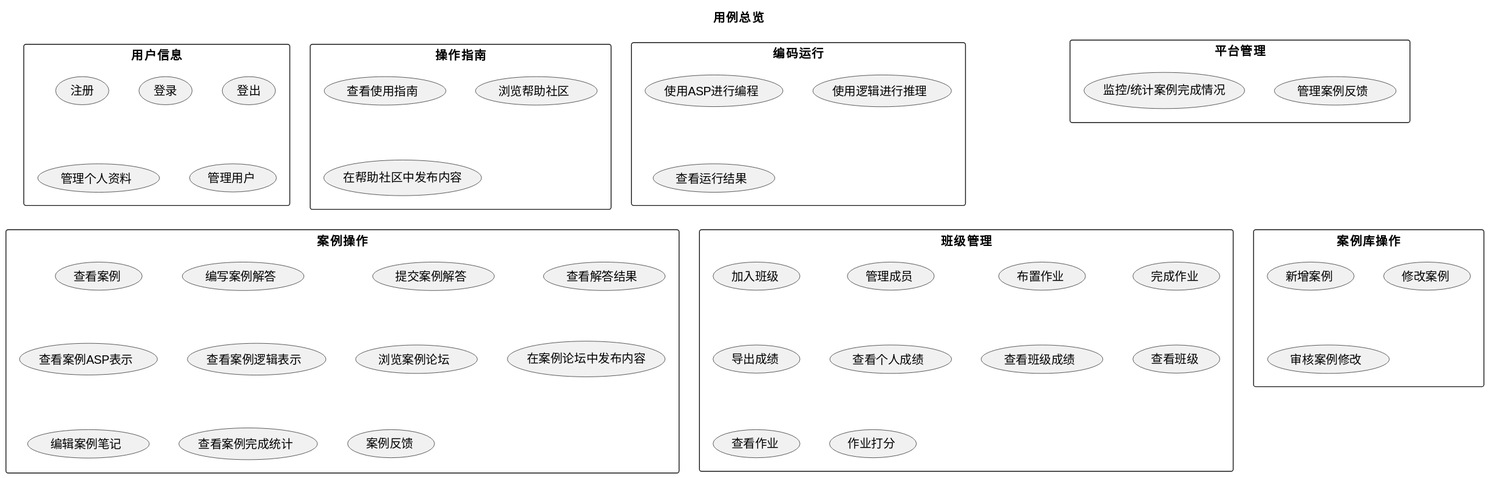
Earlier version of the PlantUML export platform-design/design-docs/out/my-usecase-design-v1/用例概览.svg (reaLJR/Logical-thinking-and-programming).
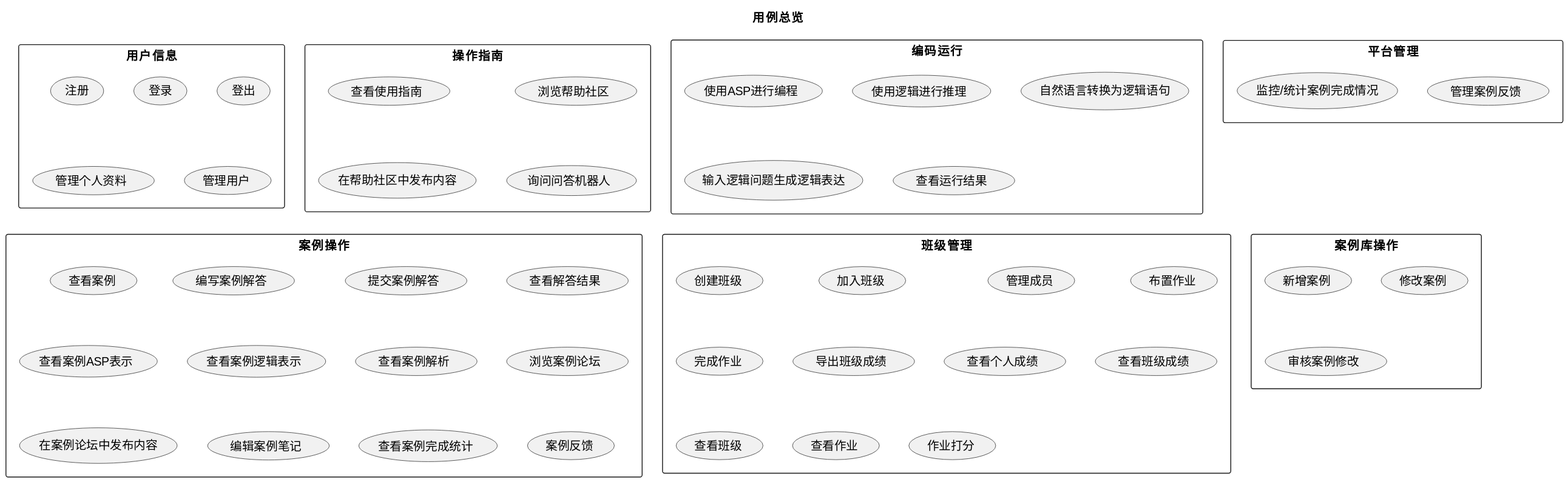
Above is the later version.

Diff of the diagram source:
```diff
@@ -13,6 +13,7 @@
     usecase (查看使用指南) as viewGuide
     usecase (浏览帮助社区) as viewHelpCommunity
     usecase (在帮助社区中发布内容) as communicateHelpCommunity
+    usecase (询问问答机器人) as askRobot
 }
 
 rectangle "编码运行" {
@@ -20,7 +21,9 @@
 
     usecase (使用逻辑进行推理) as viaLogic
 
+    usecase (自然语言转换为逻辑语句) as viaNl
 
+    usecase (输入逻辑问题生成逻辑表达) as questionAutoTransfer
 
     usecase (查看运行结果) as checkResult
 }
@@ -33,6 +36,7 @@
     usecase (查看案例ASP表示) as caseAsp
     usecase (查看案例逻辑表示) as caseLogic
 
+    usecase (查看案例解析) as viewCaseAnalysis
     usecase (浏览案例论坛) as viewCaseCommunity
     usecase (在案例论坛中发布内容) as communicateCaseCommunity
     usecase (编辑案例笔记) as writeCaseNotes
@@ -41,11 +45,12 @@
 }
 
 rectangle "班级管理" {
+    usecase (创建班级) as createClass
     usecase (加入班级) as joinClass
     usecase (管理成员) as manageMember
     usecase (布置作业) as publishHomework
     usecase (完成作业) as finishHomework
-    usecase (导出成绩) as exportScore
+    usecase (导出班级成绩) as exportScore
     usecase (查看个人成绩) as viewMyScore
     usecase (查看班级成绩) as viewSccores
     usecase (查看班级) as viewClass
```
